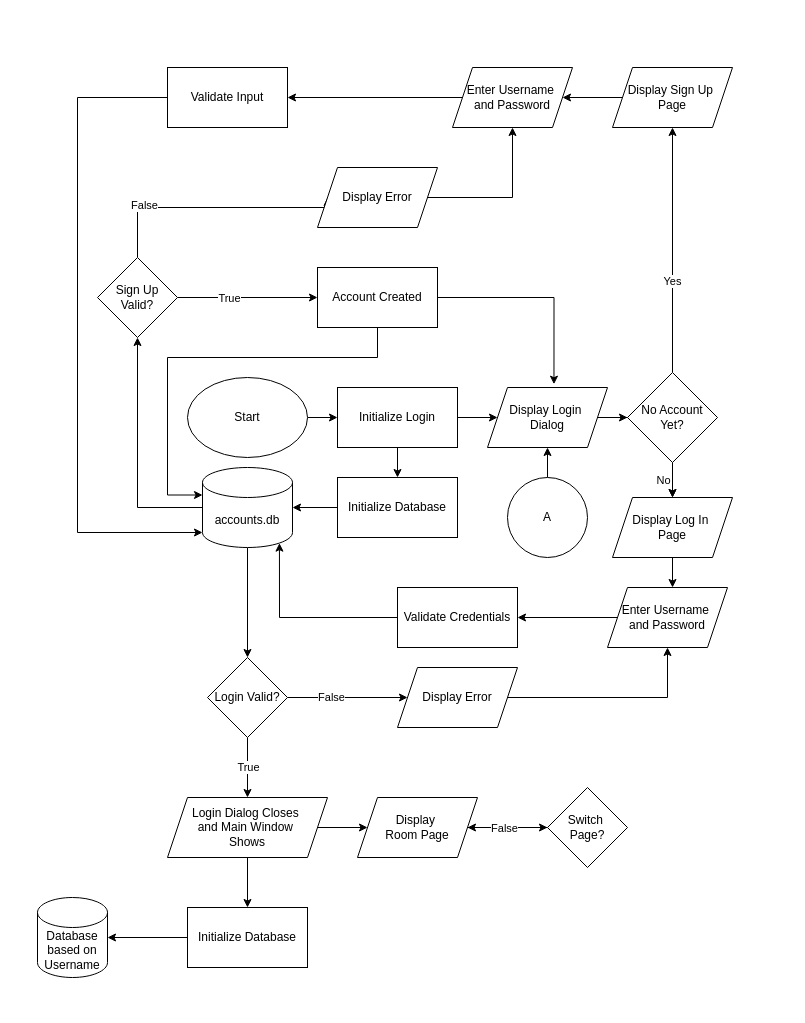
Above: document/flowchart.drawio in euuii/StayBook (draw.io), before the change. Source tidied: cells renumbered, new cells numbered last; positions are measured from the earlier drawing's top-left corner, leaving out a move shared by most shapes. Both pictures are drawn from the tidied source at 100%, with x=0, y=0 at pixel (37, 67).
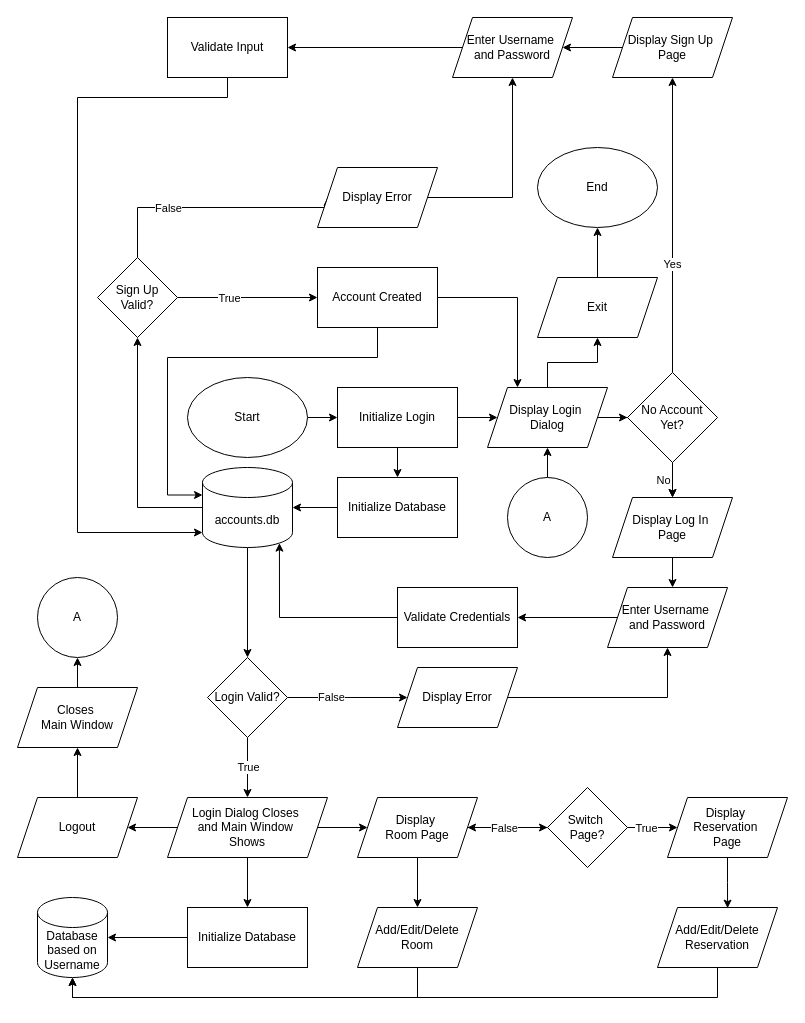
The same page after the edit.

Unchanged cells that the change refers to:
```xml
<mxCell id="13" value="Display Login&amp;nbsp;&lt;div&gt;Dialog&lt;/div&gt;" style="shape=parallelogram;perimeter=parallelogramPerimeter;whiteSpace=wrap;html=1;fixedSize=1;" parent="1" vertex="1">
  <mxGeometry x="450" y="320" width="120" height="60" as="geometry" />
</mxCell>
<mxCell id="37" value="Login Dialog Closes&amp;nbsp;&lt;div&gt;and Main Window&amp;nbsp;&lt;/div&gt;&lt;div&gt;Shows&lt;/div&gt;" style="shape=parallelogram;perimeter=parallelogramPerimeter;whiteSpace=wrap;html=1;fixedSize=1;" parent="1" vertex="1">
  <mxGeometry x="130" y="730" width="160" height="60" as="geometry" />
</mxCell>
<mxCell id="44" style="edgeStyle=orthogonalEdgeStyle;rounded=0;jettySize=auto;html=1;entryX=0;entryY=0.5;entryDx=0;entryDy=0;" parent="1" edge="1" source="46" target="51">
  <mxGeometry relative="1" as="geometry">
    <Array as="points">
      <mxPoint x="100" y="140" />
    </Array>
  </mxGeometry>
</mxCell>
<mxCell id="47" value="Account Created" style="rounded=0;whiteSpace=wrap;html=1;" parent="1" vertex="1">
  <mxGeometry x="280" y="200" width="120" height="60" as="geometry" />
</mxCell>
<mxCell id="55" value="Display&amp;nbsp;&lt;div&gt;Room Page&lt;/div&gt;" style="shape=parallelogram;perimeter=parallelogramPerimeter;whiteSpace=wrap;html=1;fixedSize=1;" parent="1" vertex="1">
  <mxGeometry x="320" y="730" width="120" height="60" as="geometry" />
</mxCell>
<mxCell id="58" value="Switch&amp;nbsp;&lt;div&gt;Page?&lt;/div&gt;" style="rhombus;whiteSpace=wrap;html=1;" parent="1" vertex="1">
  <mxGeometry x="510" y="720" width="80" height="80" as="geometry" />
</mxCell>
<mxCell id="60" value="Database based on Username" style="shape=cylinder3;whiteSpace=wrap;html=1;boundedLbl=1;backgroundOutline=1;size=15;" parent="1" vertex="1">
  <mxGeometry y="830" width="70" height="80" as="geometry" />
</mxCell>
```

What changed in the source:
```diff
@@
+    <mxCell id="62" style="edgeStyle=orthogonalEdgeStyle;rounded=0;jettySize=auto;html=1;" parent="1" edge="1" source="13" target="79">
+      <mxGeometry relative="1" as="geometry" />
+    </mxCell>
@@
     <mxCell id="21" value="Display Sign Up&amp;nbsp;&lt;div&gt;Page&lt;/div&gt;" style="shape=parallelogram;perimeter=parallelogramPerimeter;whiteSpace=wrap;html=1;fixedSize=1;" parent="1" vertex="1">
-      <mxGeometry x="575" width="120" height="60" as="geometry" />
+      <mxGeometry x="575" y="-50" width="120" height="60" as="geometry" />
     </mxCell>
@@
     <mxCell id="24" value="Enter Username&amp;nbsp;&lt;div&gt;and Password&lt;/div&gt;" style="shape=parallelogram;perimeter=parallelogramPerimeter;whiteSpace=wrap;html=1;fixedSize=1;" parent="1" vertex="1">
-      <mxGeometry x="415" width="120" height="60" as="geometry" />
+      <mxGeometry x="415" y="-50" width="120" height="60" as="geometry" />
     </mxCell>
@@
+    <mxCell id="63" style="edgeStyle=orthogonalEdgeStyle;rounded=0;jettySize=auto;html=1;entryX=1;entryY=0.5;entryDx=0;entryDy=0;" parent="1" edge="1" source="37" target="74">
+      <mxGeometry relative="1" as="geometry" />
+    </mxCell>
@@
     <mxCell id="40" value="Validate Input" style="rounded=0;whiteSpace=wrap;html=1;" parent="1" vertex="1">
-      <mxGeometry x="130" width="120" height="60" as="geometry" />
+      <mxGeometry x="130" y="-50" width="120" height="60" as="geometry" />
     </mxCell>
@@
     <mxCell id="45" value="False" style="edgeLabel;html=1;align=center;verticalAlign=middle;" parent="44" vertex="1">
-      <mxGeometry x="-0.55" y="3" relative="1" as="geometry" />
+      <mxGeometry x="-0.55" y="3" relative="1" as="geometry">
+        <mxPoint x="24" y="3" as="offset" />
+      </mxGeometry>
     </mxCell>
@@
+    <mxCell id="49" style="edgeStyle=orthogonalEdgeStyle;rounded=0;jettySize=auto;html=1;entryX=0.25;entryY=0;entryDx=0;entryDy=0;" parent="1" edge="1" source="47" target="13">
+      <mxGeometry relative="1" as="geometry" />
+    </mxCell>
@@
-    <mxCell id="49" style="edgeStyle=orthogonalEdgeStyle;rounded=0;jettySize=auto;html=1;entryX=0.554;entryY=-0.055;entryDx=0;entryDy=0;entryPerimeter=0;" parent="1" edge="1" source="47" target="13">
-      <mxGeometry relative="1" as="geometry" />
-    </mxCell>
@@
+    <mxCell id="64" style="edgeStyle=orthogonalEdgeStyle;rounded=0;jettySize=auto;html=1;" parent="1" edge="1" source="55" target="67">
+      <mxGeometry relative="1" as="geometry" />
+    </mxCell>
@@
+    <mxCell id="65" style="edgeStyle=orthogonalEdgeStyle;rounded=0;jettySize=auto;html=1;" parent="1" edge="1" source="58" target="68">
+      <mxGeometry relative="1" as="geometry" />
+    </mxCell>
+    <mxCell id="66" value="True" style="edgeLabel;html=1;align=center;verticalAlign=middle;" parent="65" vertex="1">
+      <mxGeometry x="-0.28" relative="1" as="geometry" />
+    </mxCell>
@@
+    <mxCell id="67" value="Add/Edit/Delete Room" style="shape=parallelogram;perimeter=parallelogramPerimeter;whiteSpace=wrap;html=1;fixedSize=1;" parent="1" vertex="1">
+      <mxGeometry x="320" y="840" width="120" height="60" as="geometry" />
+    </mxCell>
+    <mxCell id="68" value="Display&amp;nbsp;&lt;div&gt;Reservation&amp;nbsp;&lt;/div&gt;&lt;div&gt;Page&lt;/div&gt;" style="shape=parallelogram;perimeter=parallelogramPerimeter;whiteSpace=wrap;html=1;fixedSize=1;" parent="1" vertex="1">
+      <mxGeometry x="630" y="730" width="120" height="60" as="geometry" />
+    </mxCell>
+    <mxCell id="69" value="Add/Edit/Delete&lt;br&gt;Reservation" style="shape=parallelogram;perimeter=parallelogramPerimeter;whiteSpace=wrap;html=1;fixedSize=1;" parent="1" vertex="1">
+      <mxGeometry x="620" y="840" width="120" height="60" as="geometry" />
+    </mxCell>
+    <mxCell id="70" style="edgeStyle=orthogonalEdgeStyle;rounded=0;jettySize=auto;html=1;entryX=0.584;entryY=0.011;entryDx=0;entryDy=0;entryPerimeter=0;" parent="1" edge="1" source="68" target="69">
+      <mxGeometry relative="1" as="geometry" />
+    </mxCell>
+    <mxCell id="71" style="edgeStyle=orthogonalEdgeStyle;rounded=0;jettySize=auto;html=1;entryX=0.5;entryY=1;entryDx=0;entryDy=0;entryPerimeter=0;" parent="1" edge="1" source="67" target="60">
+      <mxGeometry relative="1" as="geometry">
+        <Array as="points">
+          <mxPoint x="380" y="930" />
+          <mxPoint x="35" y="930" />
+        </Array>
+      </mxGeometry>
+    </mxCell>
+    <mxCell id="72" style="edgeStyle=orthogonalEdgeStyle;rounded=0;jettySize=auto;html=1;entryX=0.5;entryY=1;entryDx=0;entryDy=0;entryPerimeter=0;" parent="1" edge="1" source="69" target="60">
+      <mxGeometry relative="1" as="geometry">
+        <Array as="points">
+          <mxPoint x="680" y="930" />
+          <mxPoint x="35" y="930" />
+        </Array>
+      </mxGeometry>
+    </mxCell>
+    <mxCell id="73" style="edgeStyle=orthogonalEdgeStyle;rounded=0;jettySize=auto;html=1;entryX=0.5;entryY=1;entryDx=0;entryDy=0;" parent="1" edge="1" source="74" target="77">
+      <mxGeometry relative="1" as="geometry" />
+    </mxCell>
+    <mxCell id="74" value="Logout" style="shape=parallelogram;perimeter=parallelogramPerimeter;whiteSpace=wrap;html=1;fixedSize=1;" parent="1" vertex="1">
+      <mxGeometry x="-20" y="730" width="120" height="60" as="geometry" />
+    </mxCell>
+    <mxCell id="75" value="A" style="ellipse;whiteSpace=wrap;html=1;" parent="1" vertex="1">
+      <mxGeometry y="510" width="80" height="80" as="geometry" />
+    </mxCell>
+    <mxCell id="76" style="edgeStyle=orthogonalEdgeStyle;rounded=0;jettySize=auto;html=1;entryX=0.5;entryY=1;entryDx=0;entryDy=0;" parent="1" edge="1" source="77" target="75">
+      <mxGeometry relative="1" as="geometry" />
+    </mxCell>
+    <mxCell id="77" value="Closes&amp;nbsp;&lt;div&gt;Main Window&lt;/div&gt;" style="shape=parallelogram;perimeter=parallelogramPerimeter;whiteSpace=wrap;html=1;fixedSize=1;" parent="1" vertex="1">
+      <mxGeometry x="-20" y="620" width="120" height="60" as="geometry" />
+    </mxCell>
+    <mxCell id="78" style="edgeStyle=orthogonalEdgeStyle;rounded=0;jettySize=auto;html=1;entryX=0.5;entryY=1;entryDx=0;entryDy=0;" parent="1" edge="1" source="79" target="80">
+      <mxGeometry relative="1" as="geometry" />
+    </mxCell>
+    <mxCell id="79" value="Exit" style="shape=parallelogram;perimeter=parallelogramPerimeter;whiteSpace=wrap;html=1;fixedSize=1;" parent="1" vertex="1">
+      <mxGeometry x="500" y="210" width="120" height="60" as="geometry" />
+    </mxCell>
+    <mxCell id="80" value="End" style="ellipse;whiteSpace=wrap;html=1;" parent="1" vertex="1">
+      <mxGeometry x="500" y="80" width="120" height="80" as="geometry" />
+    </mxCell>
```
